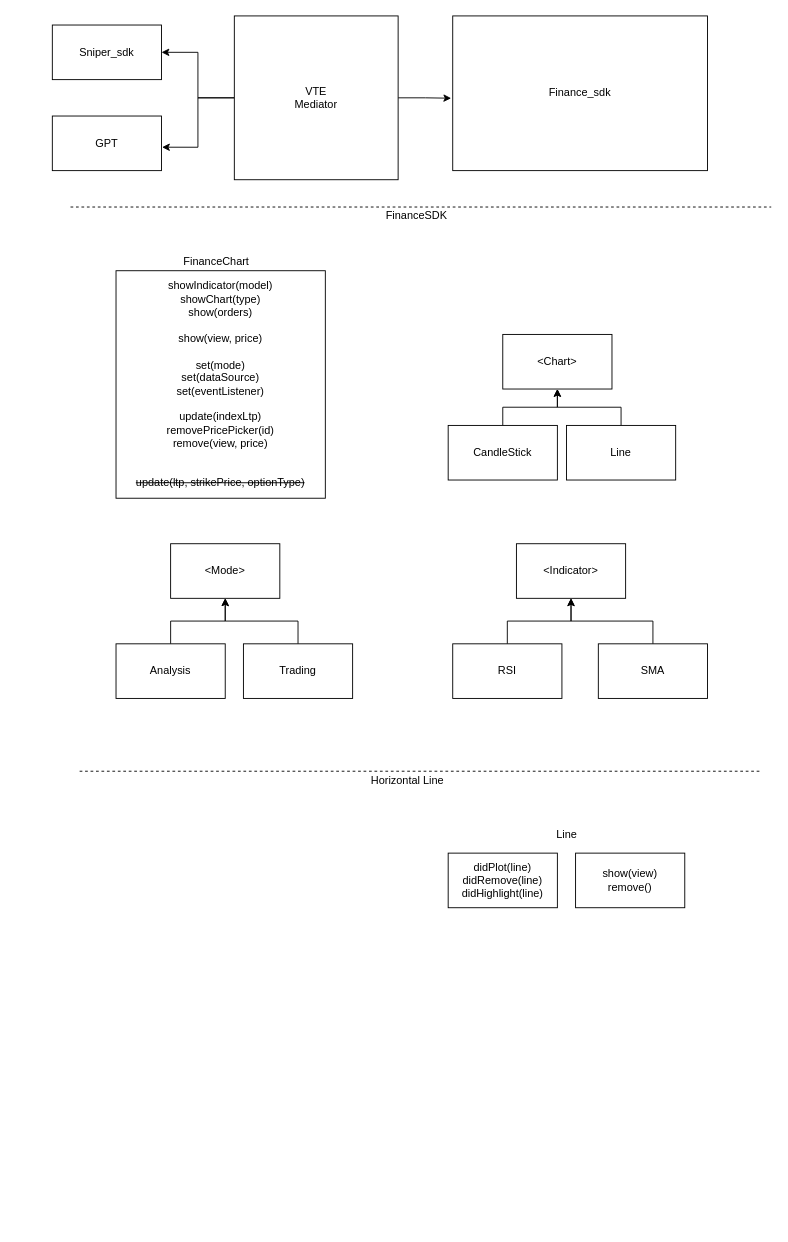
The draw.io diagram GPT HLD.drawio.xml in manish026/dependency_diagrams, before the edit. Source tidied: cells renumbered, new cells numbered last; positions are measured from the earlier drawing's top-left corner, leaving out a move shared by most shapes. Both pictures are drawn from the tidied source at 91%, with x=0, y=0 at pixel (52, 15).
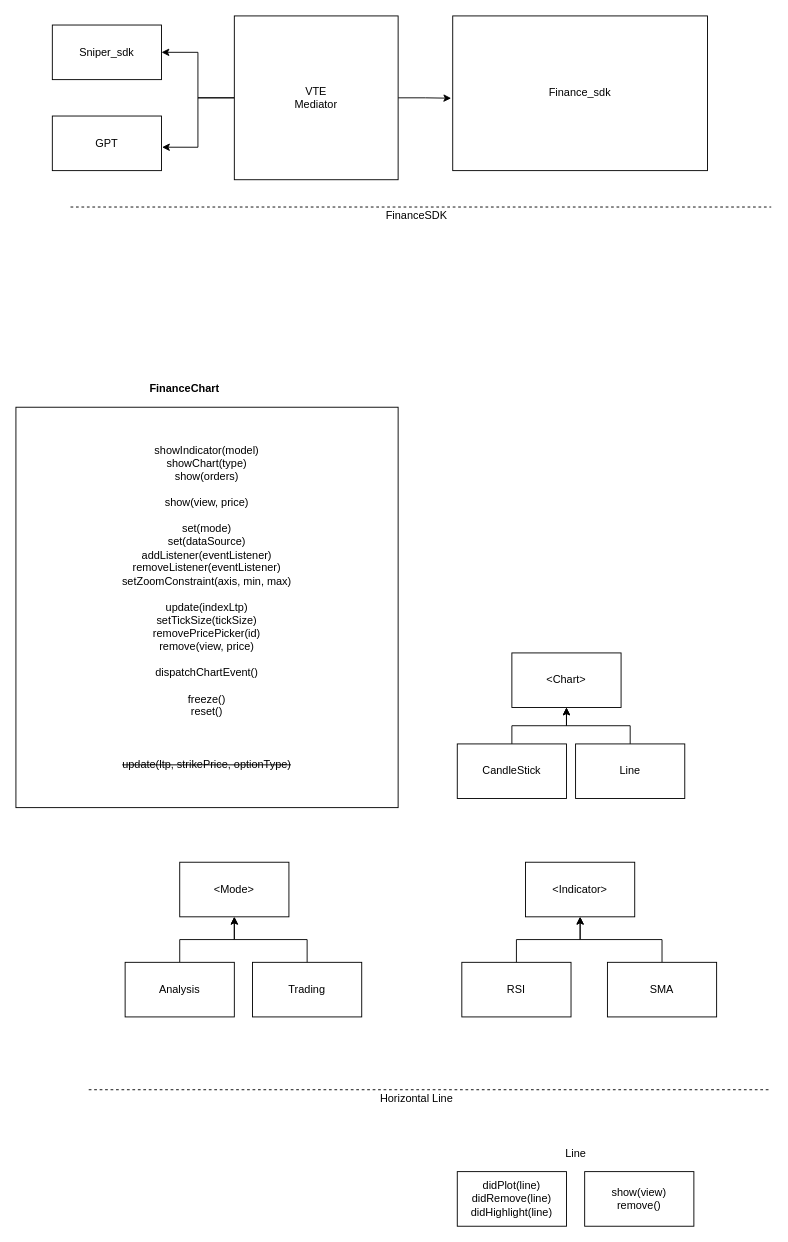
The same page after the edit.

What changed in the source:
```diff
@@
-    <mxCell id="8" value="showIndicator(model)&lt;br&gt;showChart(type)&lt;br&gt;show(orders)&lt;br&gt;&lt;br&gt;show(view, price)&lt;br&gt;&lt;br&gt;set(mode)&lt;br&gt;set(dataSource)&lt;br&gt;set(eventListener)&lt;br&gt;&lt;br&gt;update(indexLtp)&lt;br&gt;removePricePicker(id)&lt;br&gt;remove(view, price)&lt;br&gt;&lt;br&gt;&lt;br&gt;&lt;strike&gt;update(ltp, strikePrice, optionType)&lt;/strike&gt;" style="whiteSpace=wrap;html=1;" parent="1" vertex="1">
-      <mxGeometry x="70" y="280" width="230" height="250" as="geometry" />
-    </mxCell>
     <mxCell id="9" style="group;" parent="1" vertex="1">
-      <mxGeometry x="435" y="350" width="250" height="160" as="geometry" />
+      <mxGeometry x="445" y="700" width="250" height="160" as="geometry" />
     </mxCell>
@@
     <mxCell id="15" style="group;" parent="1" vertex="1">
-      <mxGeometry x="70" y="580" width="260" height="170" as="geometry" />
+      <mxGeometry x="80" y="930" width="260" height="170" as="geometry" />
     </mxCell>
@@
     <mxCell id="21" style="group;" parent="1" vertex="1">
-      <mxGeometry x="440" y="580" width="280" height="170" as="geometry" />
+      <mxGeometry x="450" y="930" width="280" height="170" as="geometry" />
     </mxCell>
@@
     <mxCell id="28" style="endArrow=none;dashed=1;html=1;rounded=0;" parent="1" edge="1">
       <mxGeometry relative="1" as="geometry">
-        <mxPoint x="30" y="830" as="sourcePoint" />
-        <mxPoint x="780" y="830" as="targetPoint" />
+        <mxPoint x="40" y="1180" as="sourcePoint" />
+        <mxPoint x="790" y="1180" as="targetPoint" />
       </mxGeometry>
     </mxCell>
     <mxCell id="29" value="Horizontal Line" style="text;html=1;align=center;verticalAlign=middle;strokeColor=none;fillColor=none;" parent="1" vertex="1">
-      <mxGeometry x="340" y="830" width="100" height="20" as="geometry" />
+      <mxGeometry x="350" y="1180" width="100" height="20" as="geometry" />
     </mxCell>
@@
-    <mxCell id="32" value="FinanceChart" style="text;html=1;align=center;verticalAlign=middle;strokeColor=none;fillColor=none;" parent="1" vertex="1">
-      <mxGeometry x="135" y="260" width="90" height="20" as="geometry" />
-    </mxCell>
     <mxCell id="33" style="group;" parent="1" vertex="1">
-      <mxGeometry x="435" y="890" width="260" height="90" as="geometry" />
+      <mxGeometry x="445" y="1240" width="260" height="90" as="geometry" />
     </mxCell>
@@
+    <mxCell id="38" style="group;" parent="1" vertex="1">
+      <mxGeometry x="-40" y="400" width="420" height="470" as="geometry" />
+    </mxCell>
+    <mxCell id="8" value="showIndicator(model)&lt;br&gt;showChart(type)&lt;br&gt;show(orders)&lt;br&gt;&lt;br&gt;show(view, price)&lt;br&gt;&lt;br&gt;set(mode)&lt;br&gt;set(dataSource)&lt;br&gt;addListener(eventListener)&lt;br&gt;removeListener(eventListener)&lt;br&gt;setZoomConstraint(axis, min, max)&lt;br&gt;&lt;br&gt;update(indexLtp)&lt;br&gt;setTickSize(tickSize)&lt;br&gt;removePricePicker(id)&lt;br&gt;remove(view, price)&lt;br&gt;&lt;br&gt;dispatchChartEvent()&lt;br&gt;&lt;br&gt;freeze()&lt;br&gt;reset()&lt;br&gt;&lt;br&gt;&lt;br&gt;&lt;br&gt;&lt;strike&gt;update(ltp, strikePrice, optionType)&lt;/strike&gt;" style="whiteSpace=wrap;html=1;" parent="38" vertex="1">
+      <mxGeometry y="30" width="420" height="440" as="geometry" />
+    </mxCell>
+    <mxCell id="32" value="&lt;b&gt;FinanceChart&lt;/b&gt;" style="text;html=1;align=center;verticalAlign=middle;strokeColor=none;fillColor=none;" parent="38" vertex="1">
+      <mxGeometry x="135" y="-5" width="100" height="30" as="geometry" />
+    </mxCell>
```
